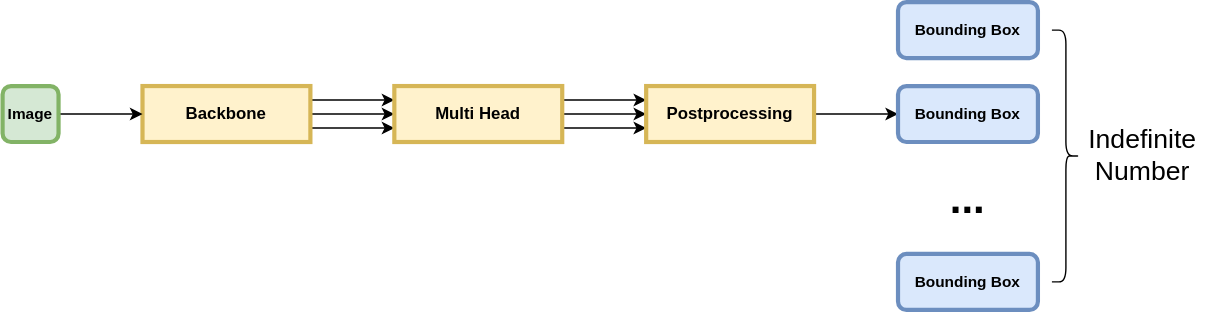
Before: YOLO Architecture.svg, a diagram exported from draw.io (yyhtbs-yye/course_images). Source tidied: cells renumbered, new cells last; positions are measured from the earlier drawing's top-left corner, leaving out a move shared by most shapes. The source it was exported from:
```xml
<mxGraphModel>
  <root>
    <mxCell id="0" />
    <mxCell id="1" parent="0" />
    <mxCell id="2" style="edgeStyle=orthogonalEdgeStyle;rounded=0;jettySize=auto;html=1;fontSize=11;" parent="1" edge="1" source="5" target="9">
      <mxGeometry relative="1" as="geometry" />
    </mxCell>
    <mxCell id="3" style="edgeStyle=orthogonalEdgeStyle;rounded=0;jettySize=auto;html=1;exitX=1;exitY=0.25;exitDx=0;exitDy=0;entryX=0;entryY=0.25;entryDx=0;entryDy=0;fontSize=19;" parent="1" edge="1" source="5" target="9">
      <mxGeometry relative="1" as="geometry" />
    </mxCell>
    <mxCell id="4" style="edgeStyle=orthogonalEdgeStyle;rounded=0;jettySize=auto;html=1;exitX=1;exitY=0.75;exitDx=0;exitDy=0;entryX=0;entryY=0.75;entryDx=0;entryDy=0;fontSize=19;" parent="1" edge="1" source="5" target="9">
      <mxGeometry relative="1" as="geometry" />
    </mxCell>
    <mxCell id="5" value="Backbone" style="rounded=0;whiteSpace=wrap;html=1;fillColor=#fff2cc;strokeColor=#d6b656;strokeWidth=3;fontStyle=1;" parent="1" vertex="1">
      <mxGeometry x="100" y="60" width="120" height="40" as="geometry" />
    </mxCell>
    <mxCell id="6" style="edgeStyle=orthogonalEdgeStyle;rounded=0;jettySize=auto;html=1;fontSize=11;" parent="1" edge="1" source="9" target="11">
      <mxGeometry relative="1" as="geometry" />
    </mxCell>
    <mxCell id="7" style="edgeStyle=orthogonalEdgeStyle;rounded=0;jettySize=auto;html=1;exitX=1;exitY=0.25;exitDx=0;exitDy=0;entryX=0;entryY=0.25;entryDx=0;entryDy=0;fontSize=19;" parent="1" edge="1" source="9" target="11">
      <mxGeometry relative="1" as="geometry" />
    </mxCell>
    <mxCell id="8" style="edgeStyle=orthogonalEdgeStyle;rounded=0;jettySize=auto;html=1;exitX=1;exitY=0.75;exitDx=0;exitDy=0;entryX=0;entryY=0.75;entryDx=0;entryDy=0;fontSize=19;" parent="1" edge="1" source="9" target="11">
      <mxGeometry relative="1" as="geometry" />
    </mxCell>
    <mxCell id="9" value="Multi Head" style="rounded=0;whiteSpace=wrap;html=1;fillColor=#fff2cc;strokeColor=#d6b656;strokeWidth=3;fontStyle=1;" parent="1" vertex="1">
      <mxGeometry x="280" y="60" width="120" height="40" as="geometry" />
    </mxCell>
    <mxCell id="10" style="edgeStyle=orthogonalEdgeStyle;rounded=0;jettySize=auto;html=1;fontSize=11;" parent="1" edge="1" source="11" target="14">
      <mxGeometry relative="1" as="geometry" />
    </mxCell>
    <mxCell id="11" value="Postprocessing" style="rounded=0;whiteSpace=wrap;html=1;fillColor=#fff2cc;strokeColor=#d6b656;strokeWidth=3;fontStyle=1;" parent="1" vertex="1">
      <mxGeometry x="460" y="60" width="120" height="40" as="geometry" />
    </mxCell>
    <mxCell id="12" style="edgeStyle=orthogonalEdgeStyle;rounded=0;jettySize=auto;html=1;fontSize=11;" parent="1" edge="1" source="13" target="5">
      <mxGeometry relative="1" as="geometry" />
    </mxCell>
    <mxCell id="13" value="Image" style="rounded=1;whiteSpace=wrap;html=1;strokeWidth=3;fillColor=#d5e8d4;strokeColor=#82b366;fontStyle=1;fontSize=11;" parent="1" vertex="1">
      <mxGeometry y="60" width="40" height="40" as="geometry" />
    </mxCell>
    <mxCell id="14" value="Bounding Box" style="rounded=1;whiteSpace=wrap;html=1;strokeWidth=3;fillColor=#dae8fc;strokeColor=#6c8ebf;fontStyle=1;fontSize=11;" parent="1" vertex="1">
      <mxGeometry x="640" y="60" width="100" height="40" as="geometry" />
    </mxCell>
    <mxCell id="15" value="Bounding Box" style="rounded=1;whiteSpace=wrap;html=1;strokeWidth=3;fillColor=#dae8fc;strokeColor=#6c8ebf;fontStyle=1;fontSize=11;" parent="1" vertex="1">
      <mxGeometry x="640" width="100" height="40" as="geometry" />
    </mxCell>
    <mxCell id="16" value="Bounding Box" style="rounded=1;whiteSpace=wrap;html=1;strokeWidth=3;fillColor=#dae8fc;strokeColor=#6c8ebf;fontStyle=1;fontSize=11;" parent="1" vertex="1">
      <mxGeometry x="640" y="180" width="100" height="40" as="geometry" />
    </mxCell>
    <mxCell id="17" value="..." style="text;html=1;strokeColor=none;fillColor=none;align=center;verticalAlign=middle;whiteSpace=wrap;rounded=0;fontSize=30;fontStyle=1;" parent="1" vertex="1">
      <mxGeometry x="640" y="120" width="100" height="40" as="geometry" />
    </mxCell>
    <mxCell id="18" style="shape=curlyBracket;whiteSpace=wrap;html=1;rounded=1;flipH=1;labelPosition=right;verticalLabelPosition=middle;align=left;verticalAlign=middle;strokeWidth=1;fontSize=30;" parent="1" vertex="1">
      <mxGeometry x="750" y="20" width="20" height="180" as="geometry" />
    </mxCell>
    <mxCell id="19" value="Indefinite Number" style="text;html=1;strokeColor=none;fillColor=none;align=center;verticalAlign=middle;whiteSpace=wrap;rounded=0;fontSize=19;" parent="1" vertex="1">
      <mxGeometry x="770" y="80" width="90" height="60" as="geometry" />
    </mxCell>
  </root>
</mxGraphModel>
```
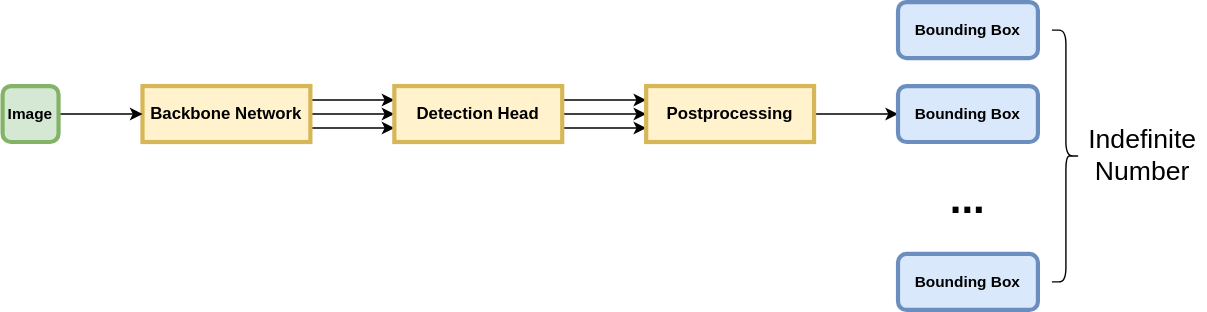
After the change.

What changed in the source:
```diff
@@ -11,7 +11,7 @@
     <mxCell id="4" style="edgeStyle=orthogonalEdgeStyle;rounded=0;jettySize=auto;html=1;exitX=1;exitY=0.75;exitDx=0;exitDy=0;entryX=0;entryY=0.75;entryDx=0;entryDy=0;fontSize=19;" parent="1" edge="1" source="5" target="9">
       <mxGeometry relative="1" as="geometry" />
     </mxCell>
-    <mxCell id="5" value="Backbone" style="rounded=0;whiteSpace=wrap;html=1;fillColor=#fff2cc;strokeColor=#d6b656;strokeWidth=3;fontStyle=1;" parent="1" vertex="1">
+    <mxCell id="5" value="Backbone Network" style="rounded=0;whiteSpace=wrap;html=1;fillColor=#fff2cc;strokeColor=#d6b656;strokeWidth=3;fontStyle=1;" parent="1" vertex="1">
       <mxGeometry x="100" y="60" width="120" height="40" as="geometry" />
     </mxCell>
     <mxCell id="6" style="edgeStyle=orthogonalEdgeStyle;rounded=0;jettySize=auto;html=1;fontSize=11;" parent="1" edge="1" source="9" target="11">
@@ -23,7 +23,7 @@
     <mxCell id="8" style="edgeStyle=orthogonalEdgeStyle;rounded=0;jettySize=auto;html=1;exitX=1;exitY=0.75;exitDx=0;exitDy=0;entryX=0;entryY=0.75;entryDx=0;entryDy=0;fontSize=19;" parent="1" edge="1" source="9" target="11">
       <mxGeometry relative="1" as="geometry" />
     </mxCell>
-    <mxCell id="9" value="Multi Head" style="rounded=0;whiteSpace=wrap;html=1;fillColor=#fff2cc;strokeColor=#d6b656;strokeWidth=3;fontStyle=1;" parent="1" vertex="1">
+    <mxCell id="9" value="Detection Head" style="rounded=0;whiteSpace=wrap;html=1;fillColor=#fff2cc;strokeColor=#d6b656;strokeWidth=3;fontStyle=1;" parent="1" vertex="1">
       <mxGeometry x="280" y="60" width="120" height="40" as="geometry" />
     </mxCell>
     <mxCell id="10" style="edgeStyle=orthogonalEdgeStyle;rounded=0;jettySize=auto;html=1;fontSize=11;" parent="1" edge="1" source="11" target="14">
```
